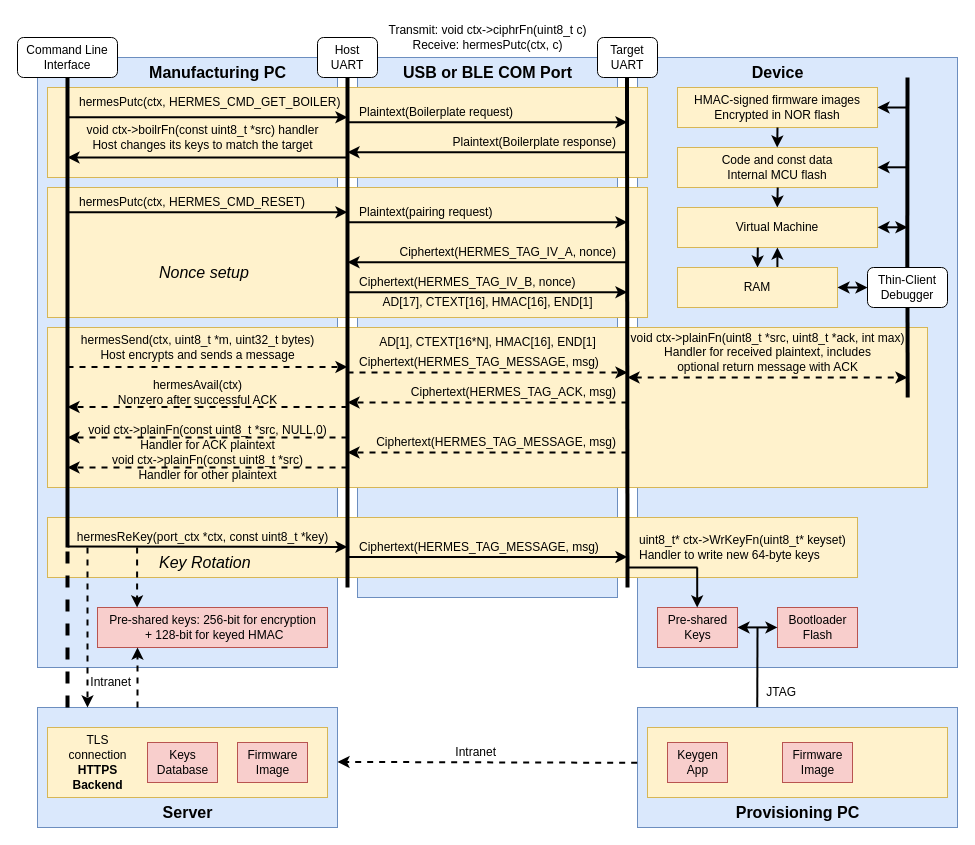
Before: docs/call-flow.drawio in bradleyeckert/hermes, a draw.io diagram. Source tidied: cells renumbered, new cells numbered last; positions are measured from the earlier drawing's top-left corner, leaving out a move shared by most shapes. Both pictures are drawn from the tidied source at 100%, with x=0, y=0 at pixel (17, 17).
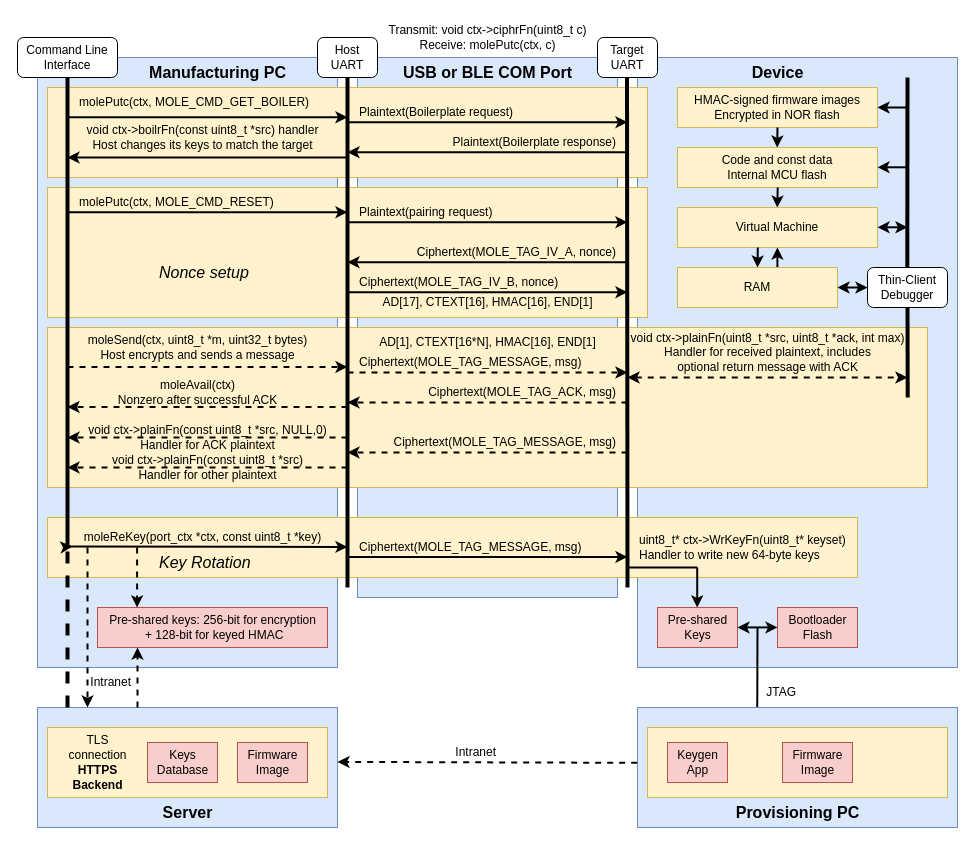
After the change.

Commit message (it also covers changes not shown here):
Rename hermes to mole

Change to the diagram source:
```diff
@@
-    <mxCell id="15" value="hermesPutc(ctx, HERMES_CMD_GET_BOILER)" style="text;html=1;align=left;verticalAlign=middle;strokeColor=none;fillColor=none;" parent="1" vertex="1">
-      <mxGeometry x="60" y="70" width="280" height="30" as="geometry" />
+    <mxCell id="15" value="molePutc(ctx, MOLE_CMD_GET_BOILER)" style="text;html=1;align=left;verticalAlign=middle;strokeColor=none;fillColor=none;" parent="1" vertex="1">
+      <mxGeometry x="60" y="70" width="250" height="30" as="geometry" />
     </mxCell>
@@
-    <mxCell id="21" value="hermesPutc(ctx, HERMES_CMD_RESET)" style="text;html=1;align=left;verticalAlign=middle;strokeColor=none;fillColor=none;" parent="1" vertex="1">
-      <mxGeometry x="60" y="170" width="250" height="30" as="geometry" />
+    <mxCell id="21" value="molePutc(ctx, MOLE_CMD_RESET)" style="text;html=1;align=left;verticalAlign=middle;strokeColor=none;fillColor=none;" parent="1" vertex="1">
+      <mxGeometry x="60" y="170" width="220" height="30" as="geometry" />
     </mxCell>
@@
-    <mxCell id="24" value="Ciphertext(HERMES_TAG_IV_A, nonce)" style="text;html=1;align=right;verticalAlign=middle;strokeColor=none;fillColor=none;" parent="1" vertex="1">
-      <mxGeometry x="360" y="220" width="240" height="30" as="geometry" />
+    <mxCell id="24" value="Ciphertext(MOLE_TAG_IV_A, nonce)" style="text;html=1;align=right;verticalAlign=middle;strokeColor=none;fillColor=none;" parent="1" vertex="1">
+      <mxGeometry x="380" y="220" width="220" height="30" as="geometry" />
     </mxCell>
@@
-    <mxCell id="26" value="Ciphertext(HERMES_TAG_IV_B, nonce)" style="text;html=1;align=left;verticalAlign=middle;strokeColor=none;fillColor=none;" parent="1" vertex="1">
-      <mxGeometry x="340" y="250" width="240" height="30" as="geometry" />
+    <mxCell id="26" value="Ciphertext(MOLE_TAG_IV_B, nonce)" style="text;html=1;align=left;verticalAlign=middle;strokeColor=none;fillColor=none;" parent="1" vertex="1">
+      <mxGeometry x="340" y="250" width="220" height="30" as="geometry" />
     </mxCell>
@@
-    <mxCell id="28" value="hermesSend(ctx, uint8_t *m, uint32_t bytes)&lt;div&gt;Host encrypts and sends a message&lt;/div&gt;" style="text;html=1;align=center;verticalAlign=middle;strokeColor=none;fillColor=none;" parent="1" vertex="1">
-      <mxGeometry x="50" y="310" width="260" height="40" as="geometry" />
+    <mxCell id="28" value="moleSend(ctx, uint8_t *m, uint32_t bytes)&lt;div&gt;Host encrypts and sends a message&lt;/div&gt;" style="text;html=1;align=center;verticalAlign=middle;strokeColor=none;fillColor=none;" parent="1" vertex="1">
+      <mxGeometry x="60" y="310" width="240" height="40" as="geometry" />
     </mxCell>
-    <mxCell id="29" value="Ciphertext(HERMES_TAG_MESSAGE, msg)" style="text;html=1;align=left;verticalAlign=middle;strokeColor=none;fillColor=none;" parent="1" vertex="1">
-      <mxGeometry x="340" y="330" width="260" height="30" as="geometry" />
+    <mxCell id="29" value="Ciphertext(MOLE_TAG_MESSAGE, msg)" style="text;html=1;align=left;verticalAlign=middle;strokeColor=none;fillColor=none;" parent="1" vertex="1">
+      <mxGeometry x="340" y="330" width="250" height="30" as="geometry" />
     </mxCell>
-    <mxCell id="30" value="Ciphertext(HERMES_TAG_ACK, msg)" style="text;html=1;align=right;verticalAlign=middle;strokeColor=none;fillColor=none;" parent="1" vertex="1">
-      <mxGeometry x="370" y="360" width="230" height="30" as="geometry" />
+    <mxCell id="30" value="Ciphertext(MOLE_TAG_ACK, msg)" style="text;html=1;align=right;verticalAlign=middle;strokeColor=none;fillColor=none;" parent="1" vertex="1">
+      <mxGeometry x="390" y="360" width="210" height="30" as="geometry" />
     </mxCell>
@@
-    <mxCell id="33" value="hermesAvail(ctx)&lt;div&gt;Nonzero after successful ACK&lt;/div&gt;" style="text;html=1;align=center;verticalAlign=middle;strokeColor=none;fillColor=none;" parent="1" vertex="1">
+    <mxCell id="33" value="moleAvail(ctx)&lt;div&gt;Nonzero after successful ACK&lt;/div&gt;" style="text;html=1;align=center;verticalAlign=middle;strokeColor=none;fillColor=none;" parent="1" vertex="1">
       <mxGeometry x="90" y="355" width="180" height="40" as="geometry" />
     </mxCell>
@@
-    <mxCell id="35" value="Transmit:&amp;nbsp;void ctx-&amp;gt;ciphrFn(uint8_t c)&lt;div&gt;Receive:&amp;nbsp;&lt;span style=&quot;color: rgb(0, 0, 0); text-align: left; background-color: transparent;&quot;&gt;hermesPutc(ctx, c)&lt;/span&gt;&lt;/div&gt;" style="text;html=1;align=center;verticalAlign=middle;strokeColor=none;fillColor=none;" parent="1" vertex="1">
+    <mxCell id="35" value="Transmit:&amp;nbsp;void ctx-&amp;gt;ciphrFn(uint8_t c)&lt;div&gt;Receive: mole&lt;span style=&quot;color: rgb(0, 0, 0); text-align: left; background-color: transparent;&quot;&gt;Putc(ctx, c)&lt;/span&gt;&lt;/div&gt;" style="text;html=1;align=center;verticalAlign=middle;strokeColor=none;fillColor=none;" parent="1" vertex="1">
       <mxGeometry x="360" width="220" height="40" as="geometry" />
     </mxCell>
-    <mxCell id="36" value="Ciphertext(HERMES_TAG_MESSAGE, msg)" style="text;html=1;align=left;verticalAlign=middle;strokeColor=none;fillColor=none;" parent="1" vertex="1">
-      <mxGeometry x="340" y="515" width="260" height="30" as="geometry" />
+    <mxCell id="36" value="Ciphertext(MOLE_TAG_MESSAGE, msg)" style="text;html=1;align=left;verticalAlign=middle;strokeColor=none;fillColor=none;" parent="1" vertex="1">
+      <mxGeometry x="340" y="515" width="250" height="30" as="geometry" />
     </mxCell>
@@
-    <mxCell id="47" value="hermesReKey(port_ctx *ctx, const uint8_t *key)" style="text;html=1;align=center;verticalAlign=middle;points=[];strokeColor=none;fillColor=none;" parent="1" vertex="1">
-      <mxGeometry x="50" y="505" width="270" height="30" as="geometry" />
+    <mxCell id="47" value="moleReKey(port_ctx *ctx, const uint8_t *key)" style="text;html=1;align=center;verticalAlign=middle;points=[];strokeColor=none;fillColor=none;" parent="1" vertex="1">
+      <mxGeometry x="55" y="505" width="260" height="30" as="geometry" />
     </mxCell>
@@
-    <mxCell id="57" value="Ciphertext(HERMES_TAG_MESSAGE, msg)" style="text;html=1;align=right;verticalAlign=middle;strokeColor=none;fillColor=none;" parent="1" vertex="1">
-      <mxGeometry x="340" y="410" width="260" height="30" as="geometry" />
+    <mxCell id="57" value="Ciphertext(MOLE_TAG_MESSAGE, msg)" style="text;html=1;align=right;verticalAlign=middle;strokeColor=none;fillColor=none;" parent="1" vertex="1">
+      <mxGeometry x="350" y="410" width="250" height="30" as="geometry" />
     </mxCell>
```
